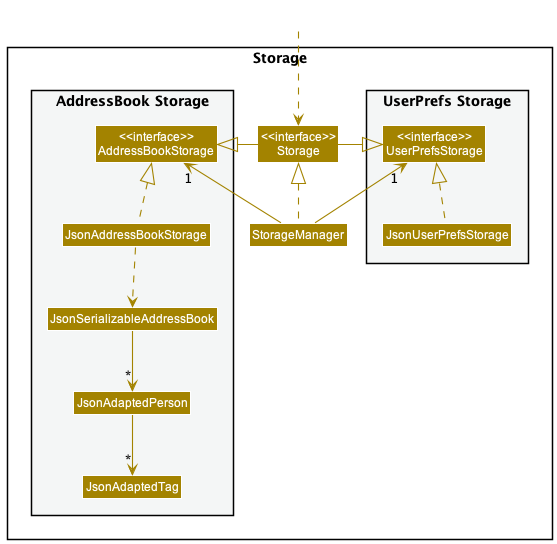
nus-cs2103-AY2223S1/tp keeps this PlantUML diagram as docs/images/StorageClassDiagram.png. Above is the earlier version.
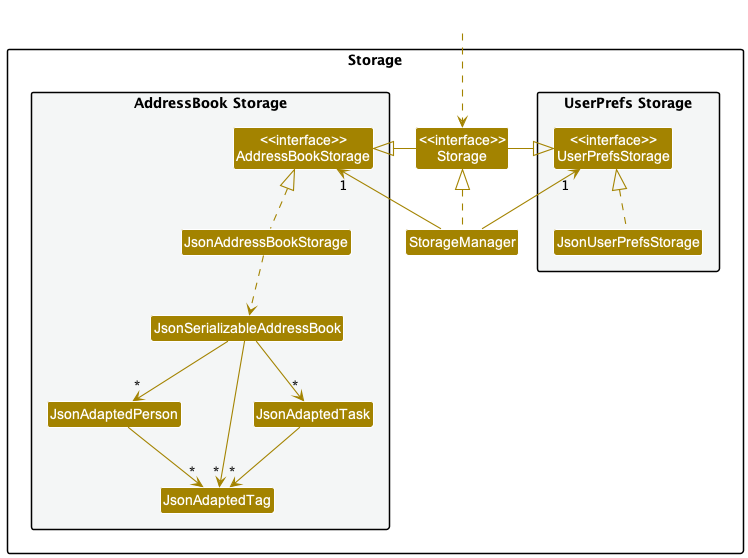
Above is the later version.

The edit, as a diff of the source:
```diff
@@ -20,6 +20,7 @@
 Class JsonSerializableAddressBook
 Class JsonAdaptedPerson
 Class JsonAdaptedTag
+Class JsonAdaptedTask
 }
 
 }
@@ -39,5 +40,8 @@
 JsonAddressBookStorage ..> JsonSerializableAddressBook
 JsonSerializableAddressBook --> "*" JsonAdaptedPerson
 JsonAdaptedPerson --> "*" JsonAdaptedTag
+JsonSerializableAddressBook --> "*" JsonAdaptedTask
+JsonAdaptedTask --> "*" JsonAdaptedTag
+JsonSerializableAddressBook --> "*" JsonAdaptedTag
 
 @enduml
```
